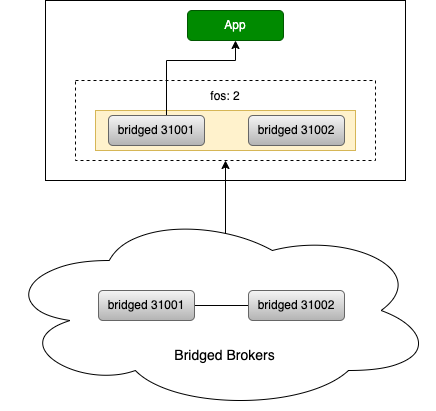
Before: images/mqtt-archetype6.drawio.png, a diagram exported from draw.io (padogrid/bundle-mosquitto-tutorial-virtual-clusters). Source tidied: cells renumbered, new cells last; positions are measured from the earlier drawing's top-left corner, leaving out a move shared by most shapes. The source it was exported from:
```xml
<mxGraphModel>
  <root>
    <mxCell id="0" />
    <mxCell id="1" parent="0" />
    <mxCell id="2" style="rounded=0;whiteSpace=wrap;html=1;" parent="1" vertex="1">
      <mxGeometry x="45" width="360" height="180" as="geometry" />
    </mxCell>
    <mxCell id="3" value="&lt;font style=&quot;font-size: 12px;&quot;&gt;fos: 2&lt;/font&gt;" style="rounded=0;whiteSpace=wrap;html=1;fontSize=14;dashed=1;align=center;verticalAlign=top;strokeColor=default;" parent="1" vertex="1">
      <mxGeometry x="75" y="80" width="300" height="80" as="geometry" />
    </mxCell>
    <mxCell id="4" style="group;fillColor=#fff2cc;strokeColor=#d6b656;" parent="1" vertex="1">
      <mxGeometry x="95" y="110" width="260" height="40" as="geometry" />
    </mxCell>
    <mxCell id="5" value="App" style="rounded=1;whiteSpace=wrap;html=1;fillColor=#008a00;strokeColor=#005700;fontColor=#ffffff;" parent="1" vertex="1">
      <mxGeometry x="187" y="10" width="96" height="30" as="geometry" />
    </mxCell>
    <mxCell id="6" style="edgeStyle=orthogonalEdgeStyle;rounded=0;jettySize=auto;html=1;entryX=0.5;entryY=1;entryDx=0;entryDy=0;fontSize=14;fontColor=#FFFFFF;endArrow=classic;endFill=1;exitX=0.5;exitY=0;exitDx=0;exitDy=0;" parent="1" edge="1" source="7" target="5">
      <mxGeometry relative="1" as="geometry">
        <Array as="points">
          <mxPoint x="166" y="60" />
          <mxPoint x="235" y="60" />
        </Array>
      </mxGeometry>
    </mxCell>
    <mxCell id="7" value="bridged 31001" style="rounded=1;whiteSpace=wrap;html=1;fillColor=#f5f5f5;strokeColor=#666666;gradientColor=#b3b3b3;" parent="1" vertex="1">
      <mxGeometry x="108" y="115" width="96" height="30" as="geometry" />
    </mxCell>
    <mxCell id="8" value="bridged 31002" style="rounded=1;whiteSpace=wrap;html=1;fillColor=#f5f5f5;strokeColor=#666666;gradientColor=#b3b3b3;" parent="1" vertex="1">
      <mxGeometry x="248" y="115" width="96" height="30" as="geometry" />
    </mxCell>
    <mxCell id="9" style="edgeStyle=orthogonalEdgeStyle;rounded=0;jettySize=auto;html=1;entryX=0.5;entryY=1;entryDx=0;entryDy=0;fontSize=14;fontColor=#FFFFFF;endArrow=classic;endFill=1;" parent="1" edge="1" target="3">
      <mxGeometry relative="1" as="geometry">
        <mxPoint x="225" y="240" as="sourcePoint" />
      </mxGeometry>
    </mxCell>
    <mxCell id="10" style="ellipse;shape=cloud;whiteSpace=wrap;html=1;verticalAlign=bottom;fontSize=14;" parent="1" vertex="1">
      <mxGeometry y="210" width="435" height="200" as="geometry" />
    </mxCell>
    <mxCell id="11" style="edgeStyle=orthogonalEdgeStyle;rounded=0;jettySize=auto;html=1;endArrow=none;endFill=0;entryX=0;entryY=0.5;entryDx=0;entryDy=0;" parent="1" edge="1" source="12" target="13">
      <mxGeometry relative="1" as="geometry" />
    </mxCell>
    <mxCell id="12" value="bridged 31001" style="rounded=1;whiteSpace=wrap;html=1;fillColor=#f5f5f5;strokeColor=#666666;gradientColor=#b3b3b3;" parent="1" vertex="1">
      <mxGeometry x="98" y="290" width="96" height="30" as="geometry" />
    </mxCell>
    <mxCell id="13" value="bridged 31002" style="rounded=1;whiteSpace=wrap;html=1;fillColor=#f5f5f5;strokeColor=#666666;gradientColor=#b3b3b3;" parent="1" vertex="1">
      <mxGeometry x="248" y="290" width="96" height="30" as="geometry" />
    </mxCell>
    <mxCell id="14" value="Bridged Brokers" style="text;html=1;strokeColor=none;fillColor=none;align=center;verticalAlign=middle;whiteSpace=wrap;rounded=0;fontSize=14;fontColor=#000000;" parent="1" vertex="1">
      <mxGeometry x="167" y="340" width="115" height="30" as="geometry" />
    </mxCell>
  </root>
</mxGraphModel>
```
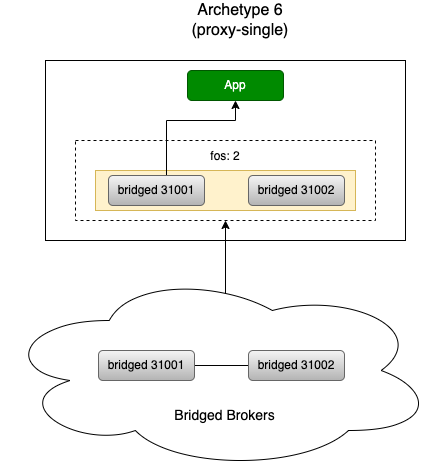
Above is the later version.

What changed in the source:
```diff
@@ -48,5 +48,8 @@
     <mxCell id="14" value="Bridged Brokers" style="text;html=1;strokeColor=none;fillColor=none;align=center;verticalAlign=middle;whiteSpace=wrap;rounded=0;fontSize=14;fontColor=#000000;" parent="1" vertex="1">
       <mxGeometry x="167" y="340" width="115" height="30" as="geometry" />
     </mxCell>
+    <mxCell id="15" value="Archetype 6&lt;br&gt;(proxy-single)" style="text;html=1;strokeColor=none;fillColor=none;align=center;verticalAlign=middle;whiteSpace=wrap;rounded=0;fontSize=16;fontColor=#000000;" parent="1" vertex="1">
+      <mxGeometry x="90" y="-60" width="300" height="40" as="geometry" />
+    </mxCell>
   </root>
 </mxGraphModel>
```
